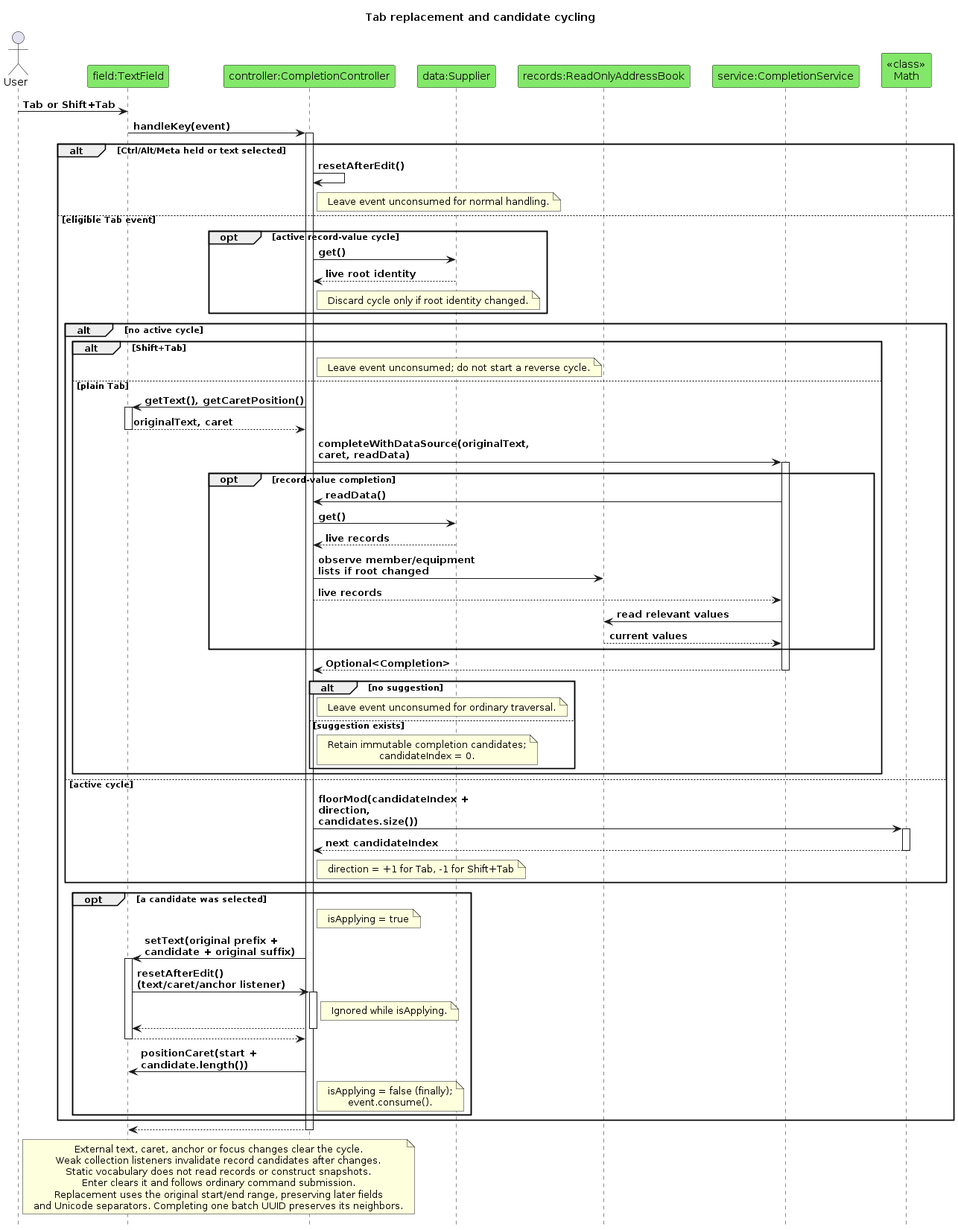
Before: diagrams/AutocompleteSequence.png, a diagram exported from PlantUML (AY2627S1-CS2103T-F15-2/tp). Its source is kept beside it as diagrams/AutocompleteSequence.puml.
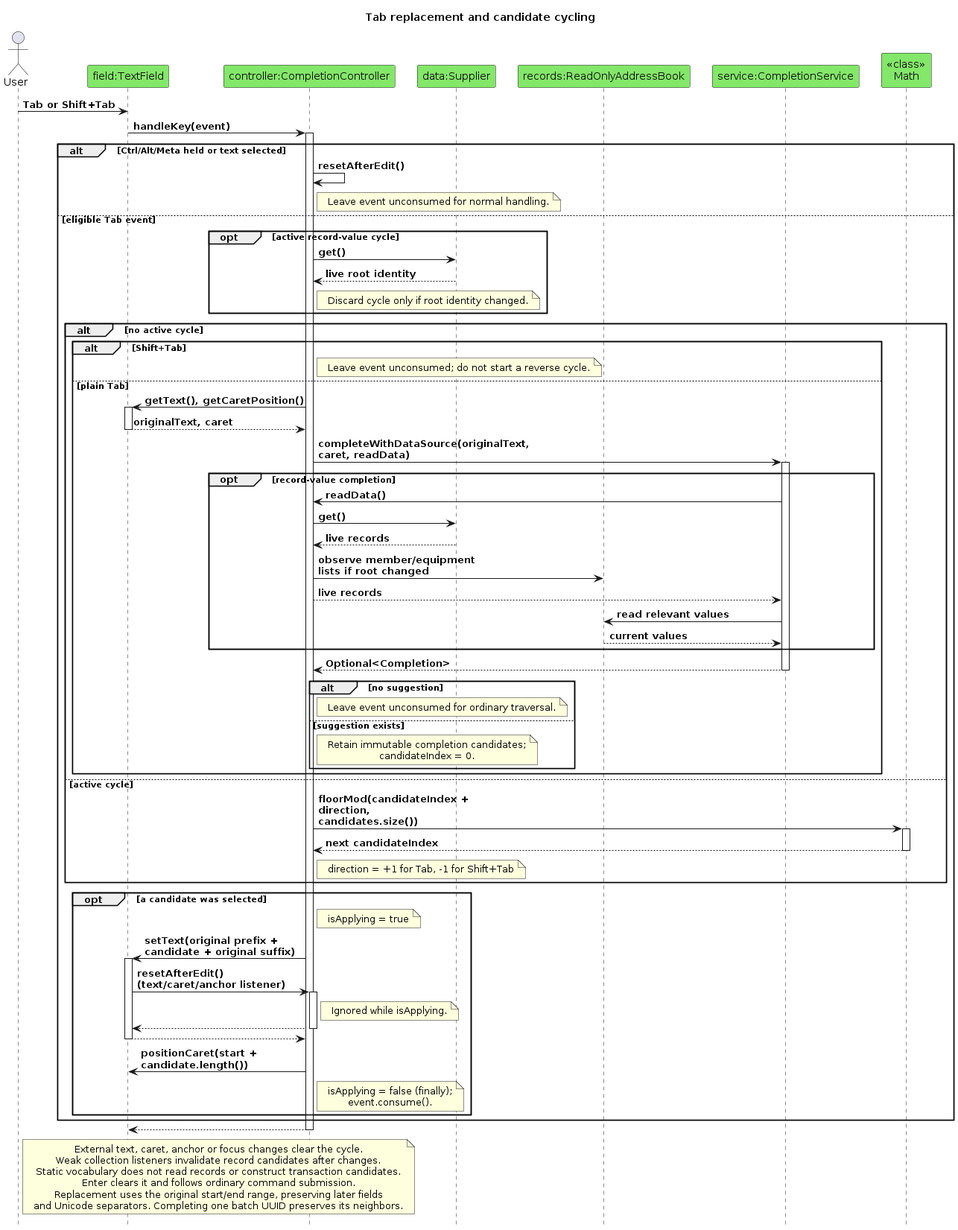
After the commit.

Diff of the diagram source:
```diff
@@ -86,7 +86,7 @@
 note over field, controller
   External text, caret, anchor or focus changes clear the cycle.
   Weak collection listeners invalidate record candidates after changes.
-  Static vocabulary does not read records or construct snapshots.
+  Static vocabulary does not read records or construct transaction candidates.
   Enter clears it and follows ordinary command submission.
   Replacement uses the original start/end range, preserving later fields
   and Unicode separators. Completing one batch UUID preserves its neighbors.
```
